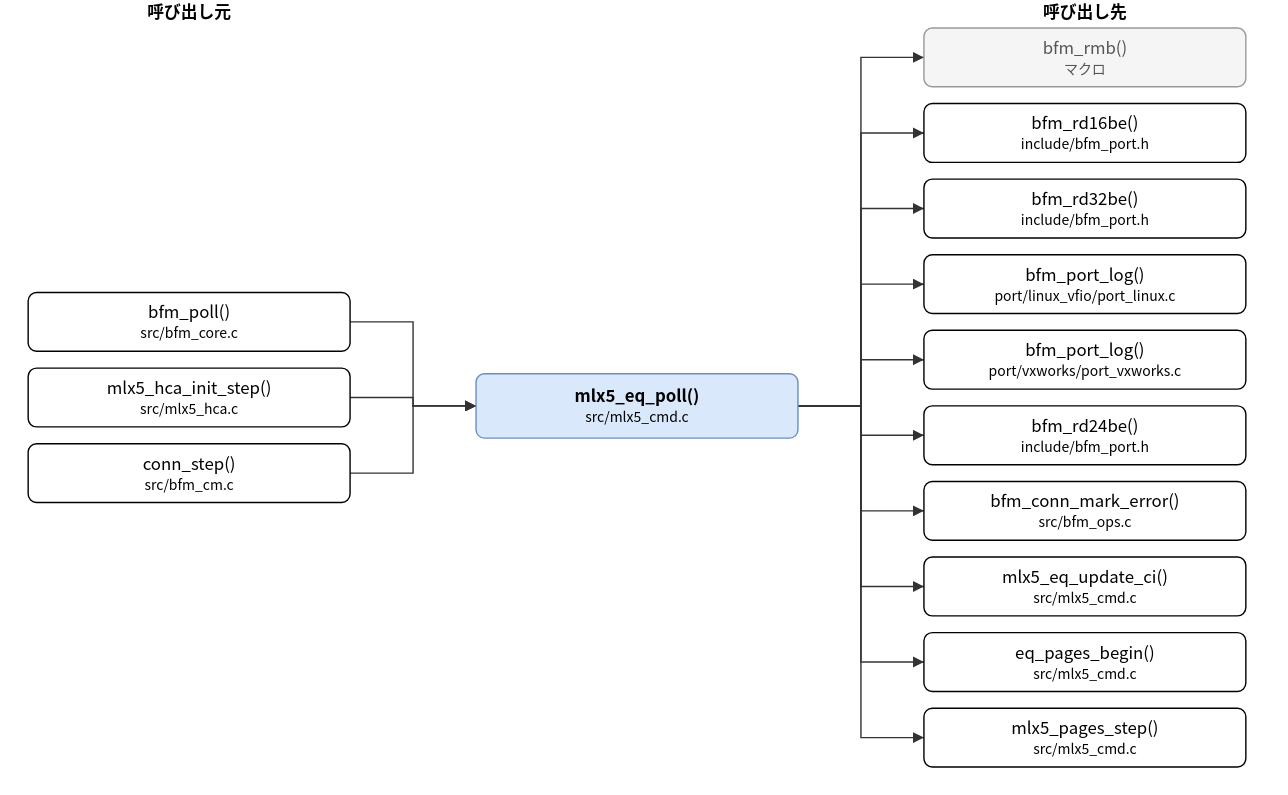
Above: doc/spec/images/call_src_mlx5_cmd-mlx5_eq_poll.drawio.svg in hf355051012-ai/bfmem (draw.io), before the change. Source tidied: cells renumbered, new cells last; positions are measured from the earlier drawing's top-left corner, leaving out a move shared by most shapes.
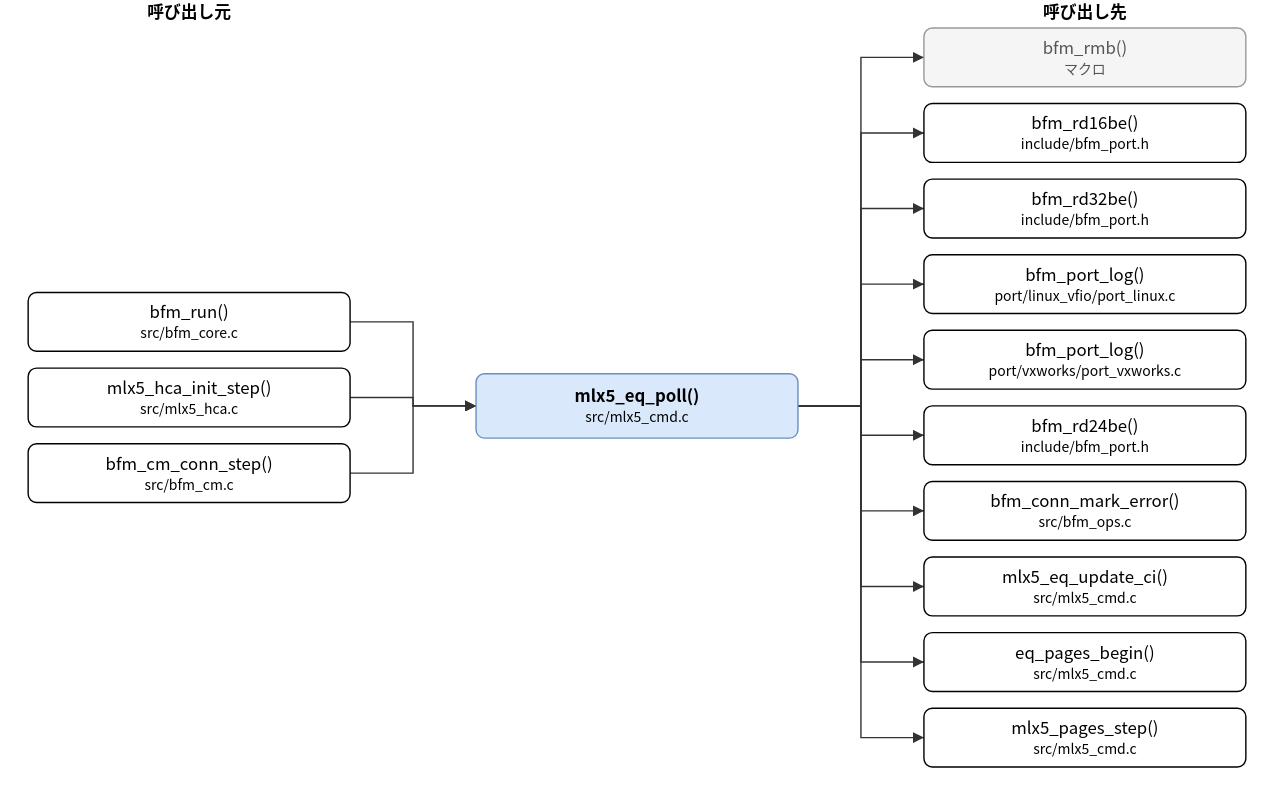
After the change.

Change to the diagram source:
```diff
@@ -5,13 +5,13 @@
     <mxCell id="2" value="mlx5_eq_poll()&lt;br&gt;&lt;font style=&quot;font-size:10px&quot;&gt;src/mlx5_cmd.c&lt;/font&gt;" style="rounded=1;whiteSpace=wrap;html=1;fillColor=#dae8fc;strokeColor=#6c8ebf;fontStyle=1;" parent="1" vertex="1">
       <mxGeometry x="320" y="267" width="230" height="46" as="geometry" />
     </mxCell>
-    <mxCell id="3" value="bfm_poll()&lt;br&gt;&lt;font style=&quot;font-size:10px&quot;&gt;src/bfm_core.c&lt;/font&gt;" style="rounded=1;whiteSpace=wrap;html=1;" parent="1" vertex="1">
+    <mxCell id="3" value="bfm_run()&lt;br&gt;&lt;font style=&quot;font-size:10px&quot;&gt;src/bfm_core.c&lt;/font&gt;" style="rounded=1;whiteSpace=wrap;html=1;" parent="1" vertex="1">
       <mxGeometry y="209" width="230" height="42" as="geometry" />
     </mxCell>
     <mxCell id="4" value="mlx5_hca_init_step()&lt;br&gt;&lt;font style=&quot;font-size:10px&quot;&gt;src/mlx5_hca.c&lt;/font&gt;" style="rounded=1;whiteSpace=wrap;html=1;" parent="1" vertex="1">
       <mxGeometry y="263" width="230" height="42" as="geometry" />
     </mxCell>
-    <mxCell id="5" value="conn_step()&lt;br&gt;&lt;font style=&quot;font-size:10px&quot;&gt;src/bfm_cm.c&lt;/font&gt;" style="rounded=1;whiteSpace=wrap;html=1;" parent="1" vertex="1">
+    <mxCell id="5" value="bfm_cm_conn_step()&lt;br&gt;&lt;font style=&quot;font-size:10px&quot;&gt;src/bfm_cm.c&lt;/font&gt;" style="rounded=1;whiteSpace=wrap;html=1;" parent="1" vertex="1">
       <mxGeometry y="317" width="230" height="42" as="geometry" />
     </mxCell>
     <mxCell id="6" value="bfm_rmb()&lt;br&gt;&lt;font style=&quot;font-size:10px&quot;&gt;マクロ&lt;/font&gt;" style="rounded=1;whiteSpace=wrap;html=1;fillColor=#f5f5f5;strokeColor=#999999;fontColor=#555555;" parent="1" vertex="1">
```
